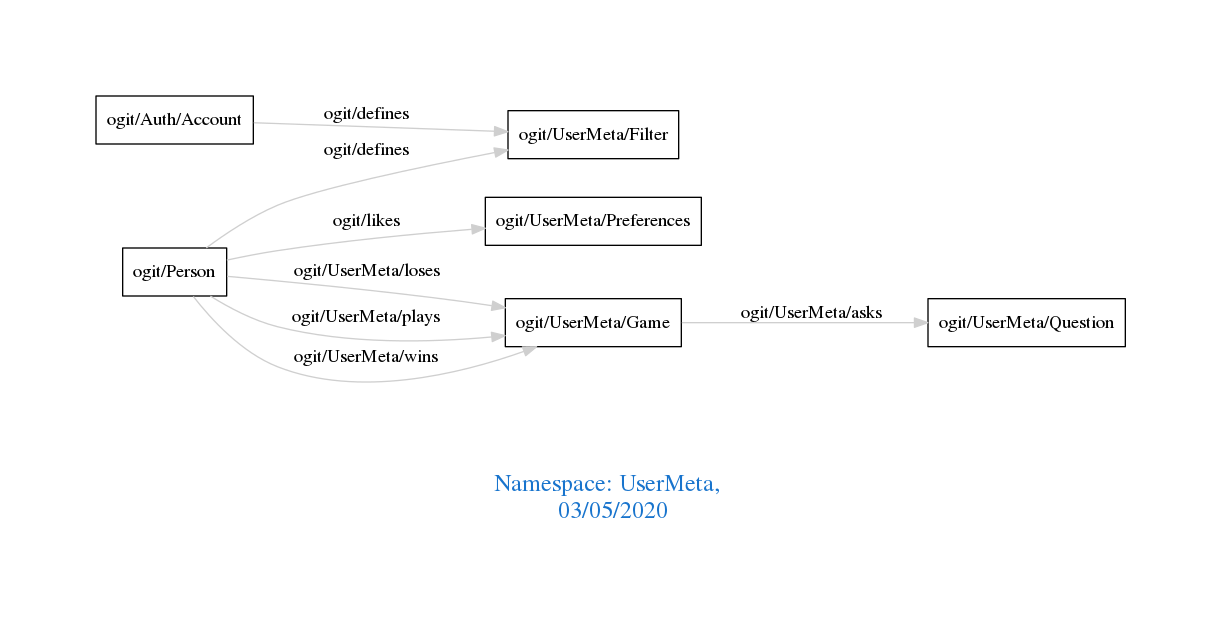
arago/OGIT keeps this Graphviz diagram as downloads/UserMeta.png. Above is the earlier version. Its source is kept beside it as downloads/UserMeta.dot.
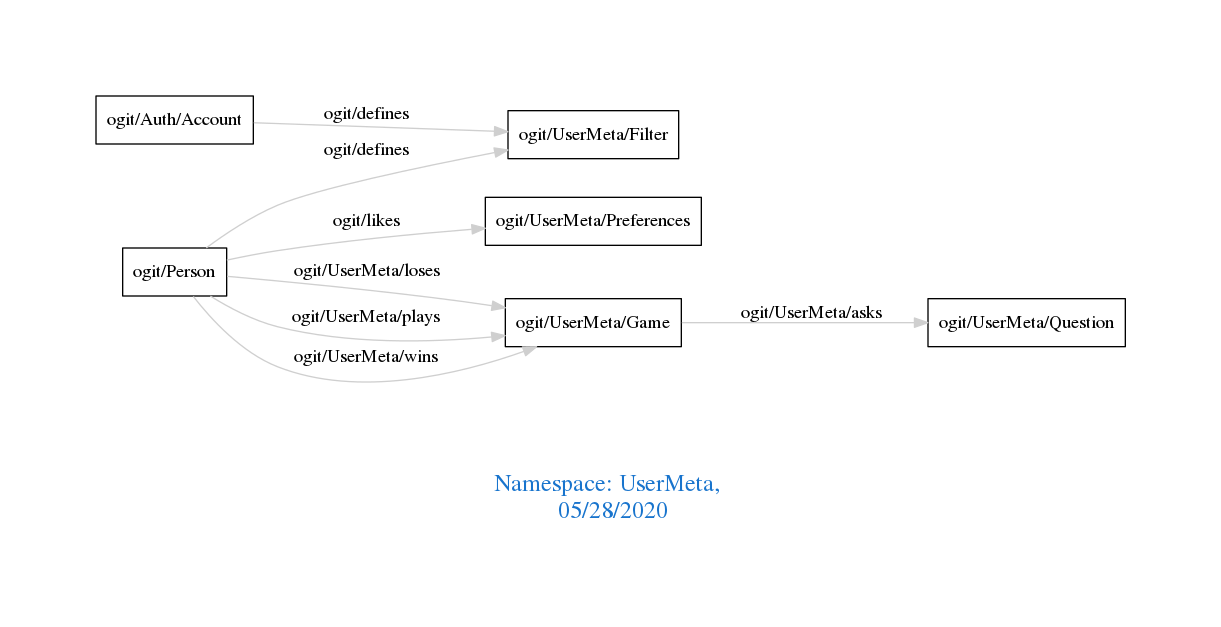
Above is the later version.

Change to the diagram source:
```diff
@@ -1,7 +1,7 @@
 digraph OGIT_ontology {
  graph [ rankdir= LR,pad=1
 fontsize = 18,
-fontcolor= dodgerblue3,label = "\n\n\nNamespace: UserMeta, \n 03/05/2020"];
+fontcolor= dodgerblue3,label = "\n\n\nNamespace: UserMeta, \n 05/28/2020"];
 node[shape=polygon];
 edge [  color="gray81"];
 
```
